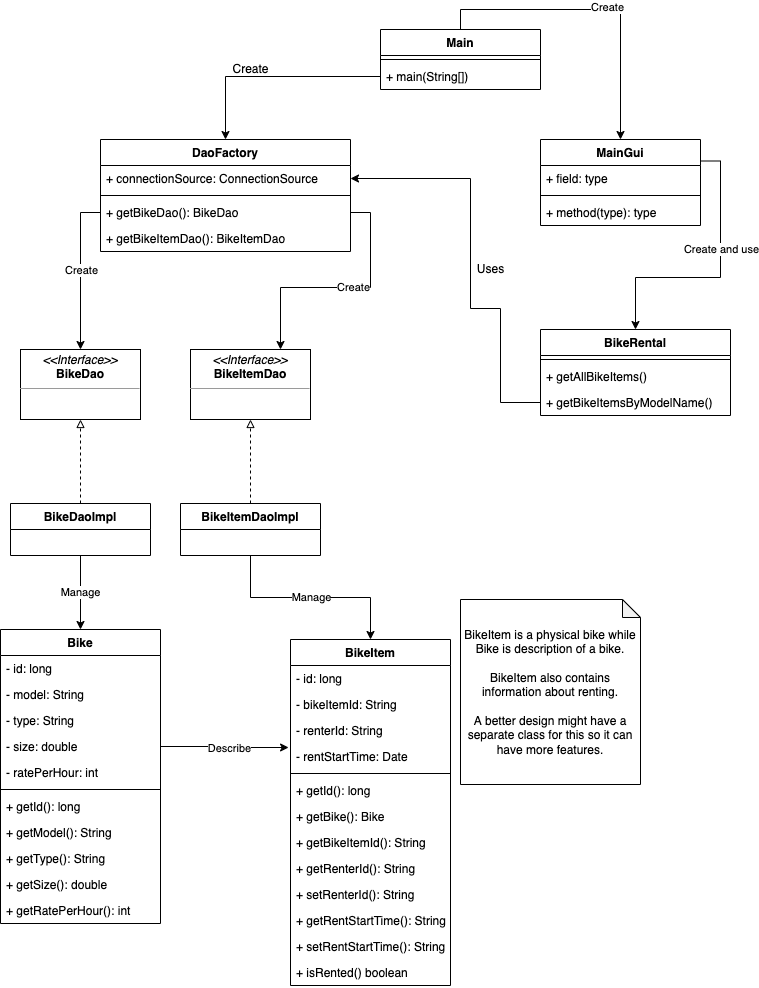
Above: Homework 14 UML.drawio.png in pontakornth/basicbike (draw.io), before the change. Source tidied: cells renumbered, new cells last; positions are measured from the earlier drawing's top-left corner, leaving out a move shared by most shapes. The source it was exported from:
```xml
<mxGraphModel>
  <root>
    <mxCell id="0" />
    <mxCell id="1" parent="0" />
    <mxCell id="2" style="edgeStyle=orthogonalEdgeStyle;rounded=0;jettySize=auto;html=1;exitX=0.5;exitY=0;exitDx=0;exitDy=0;endArrow=classic;endFill=1;" parent="1" edge="1" source="4" target="14">
      <mxGeometry relative="1" as="geometry" />
    </mxCell>
    <mxCell id="3" value="Create" style="edgeLabel;html=1;align=center;verticalAlign=middle;" parent="2" vertex="1">
      <mxGeometry x="0.07" y="3" relative="1" as="geometry" />
    </mxCell>
    <mxCell id="4" value="Main" style="swimlane;fontStyle=1;align=center;verticalAlign=top;horizontal=1;startSize=26;" parent="1" vertex="1">
      <mxGeometry x="380" width="160" height="60" as="geometry" />
    </mxCell>
    <mxCell id="5" style="line;strokeWidth=1;fillColor=none;align=left;verticalAlign=middle;spacingTop=-1;spacingLeft=3;spacingRight=3;labelPosition=right;" parent="4" vertex="1">
      <mxGeometry y="26" width="160" height="8" as="geometry" />
    </mxCell>
    <mxCell id="6" value="+ main(String[])" style="text;strokeColor=none;fillColor=none;align=left;verticalAlign=top;spacingLeft=4;spacingRight=4;overflow=hidden;points=[[0,0.5],[1,0.5]];portConstraint=eastwest;" parent="4" vertex="1">
      <mxGeometry y="34" width="160" height="26" as="geometry" />
    </mxCell>
    <mxCell id="7" value="DaoFactory" style="swimlane;fontStyle=1;align=center;verticalAlign=top;horizontal=1;startSize=26;" parent="1" vertex="1">
      <mxGeometry x="100" y="110" width="250" height="112" as="geometry" />
    </mxCell>
    <mxCell id="8" value="+ connectionSource: ConnectionSource" style="text;strokeColor=none;fillColor=none;align=left;verticalAlign=top;spacingLeft=4;spacingRight=4;overflow=hidden;points=[[0,0.5],[1,0.5]];portConstraint=eastwest;" parent="7" vertex="1">
      <mxGeometry y="26" width="250" height="26" as="geometry" />
    </mxCell>
    <mxCell id="9" style="line;strokeWidth=1;fillColor=none;align=left;verticalAlign=middle;spacingTop=-1;spacingLeft=3;spacingRight=3;labelPosition=right;" parent="7" vertex="1">
      <mxGeometry y="52" width="250" height="8" as="geometry" />
    </mxCell>
    <mxCell id="10" value="+ getBikeDao(): BikeDao" style="text;strokeColor=none;fillColor=none;align=left;verticalAlign=top;spacingLeft=4;spacingRight=4;overflow=hidden;points=[[0,0.5],[1,0.5]];portConstraint=eastwest;" parent="7" vertex="1">
      <mxGeometry y="60" width="250" height="26" as="geometry" />
    </mxCell>
    <mxCell id="11" value="+ getBikeItemDao(): BikeItemDao" style="text;strokeColor=none;fillColor=none;align=left;verticalAlign=top;spacingLeft=4;spacingRight=4;overflow=hidden;" parent="7" vertex="1">
      <mxGeometry y="86" width="250" height="26" as="geometry" />
    </mxCell>
    <mxCell id="12" style="edgeStyle=orthogonalEdgeStyle;rounded=0;jettySize=auto;html=1;exitX=1;exitY=0.25;exitDx=0;exitDy=0;endArrow=classic;endFill=1;" parent="1" edge="1" source="14" target="33">
      <mxGeometry relative="1" as="geometry" />
    </mxCell>
    <mxCell id="13" value="Create and use" style="edgeLabel;html=1;align=center;verticalAlign=middle;" parent="12" vertex="1">
      <mxGeometry x="-0.21" relative="1" as="geometry">
        <mxPoint y="1" as="offset" />
      </mxGeometry>
    </mxCell>
    <mxCell id="14" value="MainGui" style="swimlane;fontStyle=1;align=center;verticalAlign=top;horizontal=1;startSize=26;" parent="1" vertex="1">
      <mxGeometry x="540" y="110" width="160" height="86" as="geometry" />
    </mxCell>
    <mxCell id="15" value="+ field: type" style="text;strokeColor=none;fillColor=none;align=left;verticalAlign=top;spacingLeft=4;spacingRight=4;overflow=hidden;" parent="14" vertex="1">
      <mxGeometry y="26" width="160" height="26" as="geometry" />
    </mxCell>
    <mxCell id="16" style="line;strokeWidth=1;fillColor=none;align=left;verticalAlign=middle;spacingTop=-1;spacingLeft=3;spacingRight=3;labelPosition=right;" parent="14" vertex="1">
      <mxGeometry y="52" width="160" height="8" as="geometry" />
    </mxCell>
    <mxCell id="17" value="+ method(type): type" style="text;strokeColor=none;fillColor=none;align=left;verticalAlign=top;spacingLeft=4;spacingRight=4;overflow=hidden;" parent="14" vertex="1">
      <mxGeometry y="60" width="160" height="26" as="geometry" />
    </mxCell>
    <mxCell id="18" value="&lt;p style=&quot;margin: 0px ; margin-top: 4px ; text-align: center&quot;&gt;&lt;i&gt;&amp;lt;&amp;lt;Interface&amp;gt;&amp;gt;&lt;/i&gt;&lt;br&gt;&lt;b&gt;BikeDao&lt;/b&gt;&lt;/p&gt;&lt;hr size=&quot;1&quot;&gt;&lt;p style=&quot;margin: 0px ; margin-left: 4px&quot;&gt;&lt;br&gt;&lt;/p&gt;" style="verticalAlign=top;align=left;overflow=fill;fontSize=12;fontFamily=Helvetica;html=1;" parent="1" vertex="1">
      <mxGeometry x="20" y="320" width="120" height="70" as="geometry" />
    </mxCell>
    <mxCell id="19" value="&lt;p style=&quot;margin: 0px ; margin-top: 4px ; text-align: center&quot;&gt;&lt;i&gt;&amp;lt;&amp;lt;Interface&amp;gt;&amp;gt;&lt;/i&gt;&lt;br&gt;&lt;b&gt;BikeItemDao&lt;/b&gt;&lt;/p&gt;&lt;hr size=&quot;1&quot;&gt;&lt;p style=&quot;margin: 0px ; margin-left: 4px&quot;&gt;&lt;br&gt;&lt;/p&gt;" style="verticalAlign=top;align=left;overflow=fill;fontSize=12;fontFamily=Helvetica;html=1;" parent="1" vertex="1">
      <mxGeometry x="190" y="320" width="120" height="70" as="geometry" />
    </mxCell>
    <mxCell id="20" style="edgeStyle=orthogonalEdgeStyle;rounded=0;jettySize=auto;html=1;exitX=0.5;exitY=0;exitDx=0;exitDy=0;entryX=0.5;entryY=1;entryDx=0;entryDy=0;dashed=1;endArrow=block;endFill=0;" parent="1" edge="1" source="22" target="18">
      <mxGeometry relative="1" as="geometry" />
    </mxCell>
    <mxCell id="21" value="Manage" style="edgeStyle=orthogonalEdgeStyle;rounded=0;jettySize=auto;html=1;exitX=0.5;exitY=1;exitDx=0;exitDy=0;entryX=0.5;entryY=0;entryDx=0;entryDy=0;endArrow=classic;endFill=1;" parent="1" edge="1" source="22" target="39">
      <mxGeometry relative="1" as="geometry" />
    </mxCell>
    <mxCell id="22" value="BikeDaoImpl" style="swimlane;fontStyle=1;horizontal=1;startSize=26;fillColor=none;" parent="1" vertex="1">
      <mxGeometry x="10" y="474" width="140" height="52" as="geometry" />
    </mxCell>
    <mxCell id="23" style="edgeStyle=orthogonalEdgeStyle;rounded=0;jettySize=auto;html=1;exitX=0.5;exitY=0;exitDx=0;exitDy=0;entryX=0.5;entryY=1;entryDx=0;entryDy=0;dashed=1;endArrow=block;endFill=0;" parent="1" edge="1" source="26" target="19">
      <mxGeometry relative="1" as="geometry" />
    </mxCell>
    <mxCell id="24" style="edgeStyle=orthogonalEdgeStyle;rounded=0;jettySize=auto;html=1;exitX=0.5;exitY=1;exitDx=0;exitDy=0;endArrow=classic;endFill=1;" parent="1" edge="1" source="26" target="51">
      <mxGeometry relative="1" as="geometry" />
    </mxCell>
    <mxCell id="25" value="Manage" style="edgeLabel;html=1;align=center;verticalAlign=middle;" parent="24" vertex="1">
      <mxGeometry x="0.33" y="1" relative="1" as="geometry">
        <mxPoint x="-34" as="offset" />
      </mxGeometry>
    </mxCell>
    <mxCell id="26" value="BikeItemDaoImpl" style="swimlane;fontStyle=1;horizontal=1;startSize=26;fillColor=none;" parent="1" vertex="1">
      <mxGeometry x="180" y="474" width="140" height="52" as="geometry" />
    </mxCell>
    <mxCell id="27" style="edgeStyle=orthogonalEdgeStyle;rounded=0;jettySize=auto;html=1;exitX=0;exitY=0.5;exitDx=0;exitDy=0;endArrow=classic;endFill=1;" parent="1" edge="1" source="10" target="18">
      <mxGeometry relative="1" as="geometry" />
    </mxCell>
    <mxCell id="28" value="Create" style="edgeLabel;html=1;align=center;verticalAlign=middle;" parent="27" vertex="1">
      <mxGeometry x="-0.02" relative="1" as="geometry" />
    </mxCell>
    <mxCell id="29" style="edgeStyle=orthogonalEdgeStyle;rounded=0;jettySize=auto;html=1;exitX=1;exitY=0.5;exitDx=0;exitDy=0;entryX=0.75;entryY=0;entryDx=0;entryDy=0;endArrow=classic;endFill=1;" parent="1" edge="1" source="10" target="19">
      <mxGeometry relative="1" as="geometry" />
    </mxCell>
    <mxCell id="30" value="Create" style="edgeLabel;html=1;align=center;verticalAlign=middle;" parent="29" vertex="1">
      <mxGeometry x="-0.08" y="-1" relative="1" as="geometry" />
    </mxCell>
    <mxCell id="31" style="edgeStyle=orthogonalEdgeStyle;rounded=0;jettySize=auto;html=1;exitX=0;exitY=0.5;exitDx=0;exitDy=0;endArrow=classic;endFill=1;" parent="1" edge="1" source="6" target="7">
      <mxGeometry relative="1" as="geometry" />
    </mxCell>
    <mxCell id="32" value="Create" style="text;html=1;align=center;verticalAlign=middle;strokeColor=none;fillColor=none;" parent="1" vertex="1">
      <mxGeometry x="225" y="30" width="50" height="20" as="geometry" />
    </mxCell>
    <mxCell id="33" value="BikeRental" style="swimlane;fontStyle=1;align=center;verticalAlign=top;horizontal=1;startSize=26;" parent="1" vertex="1">
      <mxGeometry x="540" y="300" width="190" height="86" as="geometry" />
    </mxCell>
    <mxCell id="34" style="line;strokeWidth=1;fillColor=none;align=left;verticalAlign=middle;spacingTop=-1;spacingLeft=3;spacingRight=3;labelPosition=right;" parent="33" vertex="1">
      <mxGeometry y="26" width="190" height="8" as="geometry" />
    </mxCell>
    <mxCell id="35" value="+ getAllBikeItems()" style="text;strokeColor=none;fillColor=none;align=left;verticalAlign=top;spacingLeft=4;spacingRight=4;overflow=hidden;" parent="33" vertex="1">
      <mxGeometry y="34" width="190" height="26" as="geometry" />
    </mxCell>
    <mxCell id="36" value="+ getBikeItemsByModelName()" style="text;strokeColor=none;fillColor=none;align=left;verticalAlign=top;spacingLeft=4;spacingRight=4;overflow=hidden;points=[[0,0.5],[1,0.5]];portConstraint=eastwest;" parent="33" vertex="1">
      <mxGeometry y="60" width="190" height="26" as="geometry" />
    </mxCell>
    <mxCell id="37" style="edgeStyle=orthogonalEdgeStyle;rounded=0;jettySize=auto;html=1;entryX=1;entryY=0.5;entryDx=0;entryDy=0;endArrow=classic;endFill=1;exitX=0;exitY=0.5;exitDx=0;exitDy=0;" parent="1" edge="1" source="36" target="8">
      <mxGeometry relative="1" as="geometry">
        <Array as="points">
          <mxPoint x="500" y="373" />
          <mxPoint x="500" y="279" />
          <mxPoint x="470" y="279" />
          <mxPoint x="470" y="149" />
        </Array>
      </mxGeometry>
    </mxCell>
    <mxCell id="38" value="Uses" style="text;html=1;align=center;verticalAlign=middle;strokeColor=none;fillColor=none;" parent="1" vertex="1">
      <mxGeometry x="470" y="230" width="40" height="20" as="geometry" />
    </mxCell>
    <mxCell id="39" value="Bike" style="swimlane;fontStyle=1;align=center;verticalAlign=top;horizontal=1;startSize=26;" parent="1" vertex="1">
      <mxGeometry y="600" width="160" height="294" as="geometry" />
    </mxCell>
    <mxCell id="40" value="- id: long" style="text;strokeColor=none;fillColor=none;align=left;verticalAlign=top;spacingLeft=4;spacingRight=4;overflow=hidden;" parent="39" vertex="1">
      <mxGeometry y="26" width="160" height="26" as="geometry" />
    </mxCell>
    <mxCell id="41" value="- model: String" style="text;strokeColor=none;fillColor=none;align=left;verticalAlign=top;spacingLeft=4;spacingRight=4;overflow=hidden;" parent="39" vertex="1">
      <mxGeometry y="52" width="160" height="26" as="geometry" />
    </mxCell>
    <mxCell id="42" value="- type: String" style="text;strokeColor=none;fillColor=none;align=left;verticalAlign=top;spacingLeft=4;spacingRight=4;overflow=hidden;" parent="39" vertex="1">
      <mxGeometry y="78" width="160" height="26" as="geometry" />
    </mxCell>
    <mxCell id="43" value="- size: double" style="text;strokeColor=none;fillColor=none;align=left;verticalAlign=top;spacingLeft=4;spacingRight=4;overflow=hidden;points=[[0,0.5],[1,0.5]];portConstraint=eastwest;" parent="39" vertex="1">
      <mxGeometry y="104" width="160" height="26" as="geometry" />
    </mxCell>
    <mxCell id="44" value="- ratePerHour: int" style="text;strokeColor=none;fillColor=none;align=left;verticalAlign=top;spacingLeft=4;spacingRight=4;overflow=hidden;" parent="39" vertex="1">
      <mxGeometry y="130" width="160" height="26" as="geometry" />
    </mxCell>
    <mxCell id="45" style="line;strokeWidth=1;fillColor=none;align=left;verticalAlign=middle;spacingTop=-1;spacingLeft=3;spacingRight=3;labelPosition=right;" parent="39" vertex="1">
      <mxGeometry y="156" width="160" height="8" as="geometry" />
    </mxCell>
    <mxCell id="46" value="+ getId(): long" style="text;strokeColor=none;fillColor=none;align=left;verticalAlign=top;spacingLeft=4;spacingRight=4;overflow=hidden;" parent="39" vertex="1">
      <mxGeometry y="164" width="160" height="26" as="geometry" />
    </mxCell>
    <mxCell id="47" value="+ getModel(): String" style="text;strokeColor=none;fillColor=none;align=left;verticalAlign=top;spacingLeft=4;spacingRight=4;overflow=hidden;" parent="39" vertex="1">
      <mxGeometry y="190" width="160" height="26" as="geometry" />
    </mxCell>
    <mxCell id="48" value="+ getType(): String" style="text;strokeColor=none;fillColor=none;align=left;verticalAlign=top;spacingLeft=4;spacingRight=4;overflow=hidden;" parent="39" vertex="1">
      <mxGeometry y="216" width="160" height="26" as="geometry" />
    </mxCell>
    <mxCell id="49" value="+ getSize(): double" style="text;strokeColor=none;fillColor=none;align=left;verticalAlign=top;spacingLeft=4;spacingRight=4;overflow=hidden;" parent="39" vertex="1">
      <mxGeometry y="242" width="160" height="26" as="geometry" />
    </mxCell>
    <mxCell id="50" value="+ getRatePerHour(): int" style="text;strokeColor=none;fillColor=none;align=left;verticalAlign=top;spacingLeft=4;spacingRight=4;overflow=hidden;" parent="39" vertex="1">
      <mxGeometry y="268" width="160" height="26" as="geometry" />
    </mxCell>
    <mxCell id="51" value="BikeItem" style="swimlane;fontStyle=1;align=center;verticalAlign=top;horizontal=1;startSize=26;" parent="1" vertex="1">
      <mxGeometry x="290" y="610" width="160" height="346" as="geometry" />
    </mxCell>
    <mxCell id="52" value="- id: long" style="text;strokeColor=none;fillColor=none;align=left;verticalAlign=top;spacingLeft=4;spacingRight=4;overflow=hidden;" parent="51" vertex="1">
      <mxGeometry y="26" width="160" height="26" as="geometry" />
    </mxCell>
    <mxCell id="53" value="- bikeItemId: String" style="text;strokeColor=none;fillColor=none;align=left;verticalAlign=top;spacingLeft=4;spacingRight=4;overflow=hidden;" parent="51" vertex="1">
      <mxGeometry y="52" width="160" height="26" as="geometry" />
    </mxCell>
    <mxCell id="54" value="- renterId: String" style="text;strokeColor=none;fillColor=none;align=left;verticalAlign=top;spacingLeft=4;spacingRight=4;overflow=hidden;" parent="51" vertex="1">
      <mxGeometry y="78" width="160" height="26" as="geometry" />
    </mxCell>
    <mxCell id="55" value="- rentStartTime: Date" style="text;strokeColor=none;fillColor=none;align=left;verticalAlign=top;spacingLeft=4;spacingRight=4;overflow=hidden;points=[[0,0.5],[1,0.5]];portConstraint=eastwest;" parent="51" vertex="1">
      <mxGeometry y="104" width="160" height="26" as="geometry" />
    </mxCell>
    <mxCell id="56" style="line;strokeWidth=1;fillColor=none;align=left;verticalAlign=middle;spacingTop=-1;spacingLeft=3;spacingRight=3;labelPosition=right;" parent="51" vertex="1">
      <mxGeometry y="130" width="160" height="8" as="geometry" />
    </mxCell>
    <mxCell id="57" value="+ getId(): long" style="text;strokeColor=none;fillColor=none;align=left;verticalAlign=top;spacingLeft=4;spacingRight=4;overflow=hidden;" parent="51" vertex="1">
      <mxGeometry y="138" width="160" height="26" as="geometry" />
    </mxCell>
    <mxCell id="58" value="+ getBike(): Bike" style="text;strokeColor=none;fillColor=none;align=left;verticalAlign=top;spacingLeft=4;spacingRight=4;overflow=hidden;" parent="51" vertex="1">
      <mxGeometry y="164" width="160" height="26" as="geometry" />
    </mxCell>
    <mxCell id="59" value="+ getBikeItemId(): String" style="text;strokeColor=none;fillColor=none;align=left;verticalAlign=top;spacingLeft=4;spacingRight=4;overflow=hidden;" parent="51" vertex="1">
      <mxGeometry y="190" width="160" height="26" as="geometry" />
    </mxCell>
    <mxCell id="60" value="+ getRenterId(): String" style="text;strokeColor=none;fillColor=none;align=left;verticalAlign=top;spacingLeft=4;spacingRight=4;overflow=hidden;" parent="51" vertex="1">
      <mxGeometry y="216" width="160" height="26" as="geometry" />
    </mxCell>
    <mxCell id="61" value="+ setRenterId(): String" style="text;strokeColor=none;fillColor=none;align=left;verticalAlign=top;spacingLeft=4;spacingRight=4;overflow=hidden;" parent="51" vertex="1">
      <mxGeometry y="242" width="160" height="26" as="geometry" />
    </mxCell>
    <mxCell id="62" value="+ getRentStartTime(): String" style="text;strokeColor=none;fillColor=none;align=left;verticalAlign=top;spacingLeft=4;spacingRight=4;overflow=hidden;" parent="51" vertex="1">
      <mxGeometry y="268" width="160" height="26" as="geometry" />
    </mxCell>
    <mxCell id="63" value="+ setRentStartTime(): String" style="text;strokeColor=none;fillColor=none;align=left;verticalAlign=top;spacingLeft=4;spacingRight=4;overflow=hidden;" parent="51" vertex="1">
      <mxGeometry y="294" width="160" height="26" as="geometry" />
    </mxCell>
    <mxCell id="64" value="+ isRented() boolean" style="text;strokeColor=none;fillColor=none;align=left;verticalAlign=top;spacingLeft=4;spacingRight=4;overflow=hidden;" parent="51" vertex="1">
      <mxGeometry y="320" width="160" height="26" as="geometry" />
    </mxCell>
    <mxCell id="65" style="edgeStyle=orthogonalEdgeStyle;rounded=0;jettySize=auto;html=1;exitX=1;exitY=0.5;exitDx=0;exitDy=0;entryX=-0.012;entryY=0.154;entryDx=0;entryDy=0;entryPerimeter=0;endArrow=classic;endFill=1;" parent="1" edge="1" source="43" target="55">
      <mxGeometry relative="1" as="geometry" />
    </mxCell>
    <mxCell id="66" value="Describe" style="edgeLabel;html=1;align=center;verticalAlign=middle;" parent="65" vertex="1">
      <mxGeometry x="0.08" relative="1" as="geometry" />
    </mxCell>
    <mxCell id="67" value="BikeItem is a physical bike while Bike is description of a bike.&lt;br&gt;&lt;br&gt;BikeItem also contains information about renting.&lt;br&gt;&lt;br&gt;A better design might have a separate class for this so it can have more features." style="shape=note;whiteSpace=wrap;html=1;backgroundOutline=1;darkOpacity=0.05;size=18;" parent="1" vertex="1">
      <mxGeometry x="460" y="570" width="180" height="185" as="geometry" />
    </mxCell>
  </root>
</mxGraphModel>
```
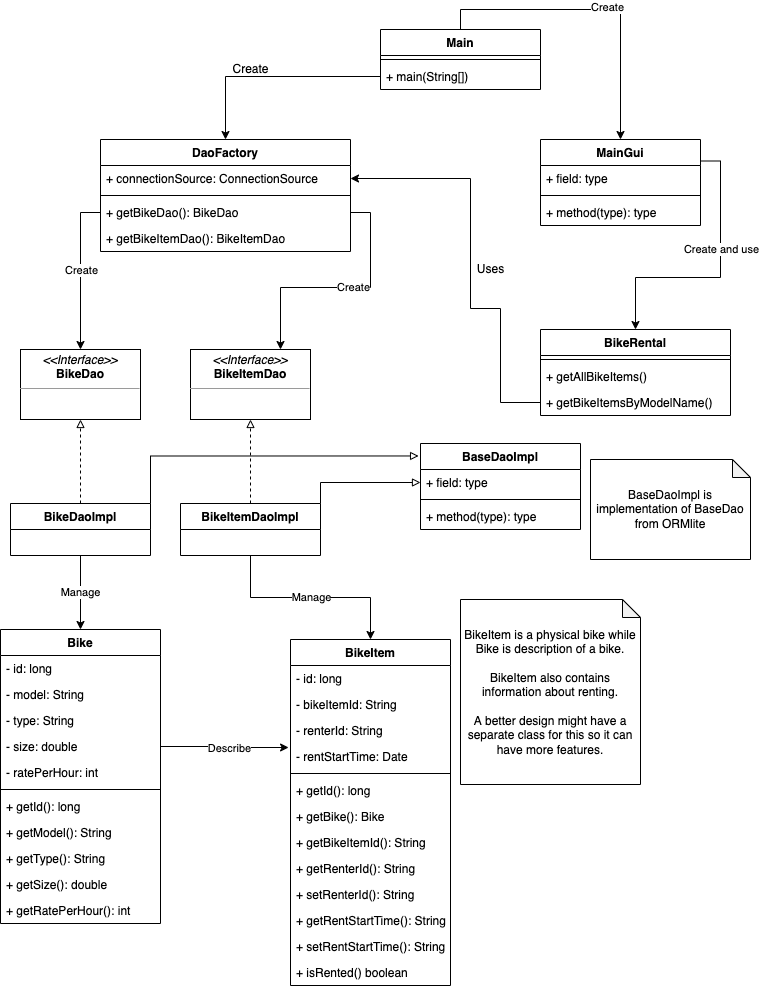
The same file after the commit.

Commit message:
doc: Include ORMlite BaseDaoImpl in UML Diagram

Change to the diagram source:
```diff
@@ -64,6 +64,13 @@
     <mxCell id="21" value="Manage" style="edgeStyle=orthogonalEdgeStyle;rounded=0;jettySize=auto;html=1;exitX=0.5;exitY=1;exitDx=0;exitDy=0;entryX=0.5;entryY=0;entryDx=0;entryDy=0;endArrow=classic;endFill=1;" parent="1" edge="1" source="22" target="39">
       <mxGeometry relative="1" as="geometry" />
     </mxCell>
+    <mxCell id="68" style="edgeStyle=orthogonalEdgeStyle;rounded=0;jettySize=auto;html=1;exitX=1;exitY=0;exitDx=0;exitDy=0;entryX=-0.012;entryY=0.145;entryDx=0;entryDy=0;entryPerimeter=0;endArrow=block;endFill=0;" parent="1" edge="1" source="22" target="70">
+      <mxGeometry relative="1" as="geometry">
+        <Array as="points">
+          <mxPoint x="150" y="427" />
+        </Array>
+      </mxGeometry>
+    </mxCell>
     <mxCell id="22" value="BikeDaoImpl" style="swimlane;fontStyle=1;horizontal=1;startSize=26;fillColor=none;" parent="1" vertex="1">
       <mxGeometry x="10" y="474" width="140" height="52" as="geometry" />
     </mxCell>
@@ -78,6 +85,9 @@
         <mxPoint x="-34" as="offset" />
       </mxGeometry>
     </mxCell>
+    <mxCell id="69" style="edgeStyle=orthogonalEdgeStyle;rounded=0;jettySize=auto;html=1;exitX=1;exitY=0;exitDx=0;exitDy=0;entryX=0;entryY=0.5;entryDx=0;entryDy=0;endArrow=block;endFill=0;" parent="1" edge="1" source="26" target="71">
+      <mxGeometry relative="1" as="geometry" />
+    </mxCell>
     <mxCell id="26" value="BikeItemDaoImpl" style="swimlane;fontStyle=1;horizontal=1;startSize=26;fillColor=none;" parent="1" vertex="1">
       <mxGeometry x="180" y="474" width="140" height="52" as="geometry" />
     </mxCell>
@@ -211,5 +221,20 @@
     <mxCell id="67" value="BikeItem is a physical bike while Bike is description of a bike.&lt;br&gt;&lt;br&gt;BikeItem also contains information about renting.&lt;br&gt;&lt;br&gt;A better design might have a separate class for this so it can have more features." style="shape=note;whiteSpace=wrap;html=1;backgroundOutline=1;darkOpacity=0.05;size=18;" parent="1" vertex="1">
       <mxGeometry x="460" y="570" width="180" height="185" as="geometry" />
     </mxCell>
+    <mxCell id="70" value="BaseDaoImpl" style="swimlane;fontStyle=1;align=center;verticalAlign=top;horizontal=1;startSize=26;" parent="1" vertex="1">
+      <mxGeometry x="420" y="414" width="160" height="86" as="geometry" />
+    </mxCell>
+    <mxCell id="71" value="+ field: type" style="text;strokeColor=none;fillColor=none;align=left;verticalAlign=top;spacingLeft=4;spacingRight=4;overflow=hidden;points=[[0,0.5],[1,0.5]];portConstraint=eastwest;" parent="70" vertex="1">
+      <mxGeometry y="26" width="160" height="26" as="geometry" />
+    </mxCell>
+    <mxCell id="72" style="line;strokeWidth=1;fillColor=none;align=left;verticalAlign=middle;spacingTop=-1;spacingLeft=3;spacingRight=3;labelPosition=right;" parent="70" vertex="1">
+      <mxGeometry y="52" width="160" height="8" as="geometry" />
+    </mxCell>
+    <mxCell id="73" value="+ method(type): type" style="text;strokeColor=none;fillColor=none;align=left;verticalAlign=top;spacingLeft=4;spacingRight=4;overflow=hidden;" parent="70" vertex="1">
+      <mxGeometry y="60" width="160" height="26" as="geometry" />
+    </mxCell>
+    <mxCell id="74" value="BaseDaoImpl is implementation of BaseDao from ORMlite" style="shape=note;whiteSpace=wrap;html=1;backgroundOutline=1;darkOpacity=0.05;size=18;" parent="1" vertex="1">
+      <mxGeometry x="590" y="430" width="160" height="100" as="geometry" />
+    </mxCell>
   </root>
 </mxGraphModel>
```
